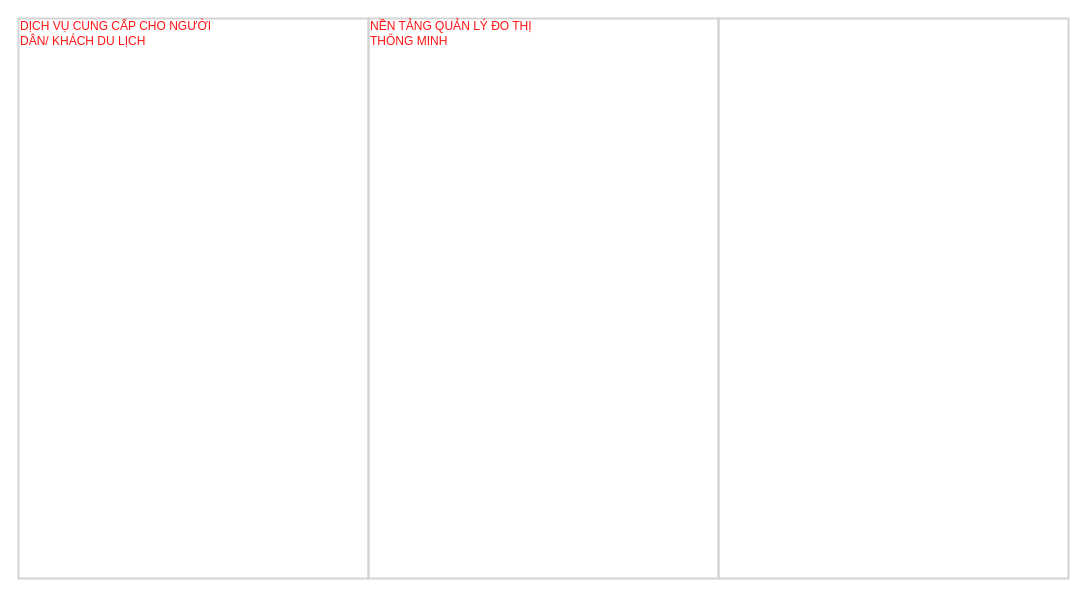
Earlier version of the draw.io diagram so-do-draw/so_do_tong_quat_smart_city.drawio (letheanh12345/Draw-io). Source tidied: cells renumbered, new cells numbered last; positions are measured from the earlier drawing's top-left corner, leaving out a move shared by most shapes. Both pictures are drawn from the tidied source at 100%, with x=0, y=0 at pixel (18, 18). Pictures stored in the file or linked from it are replaced by grey dashed boxes.
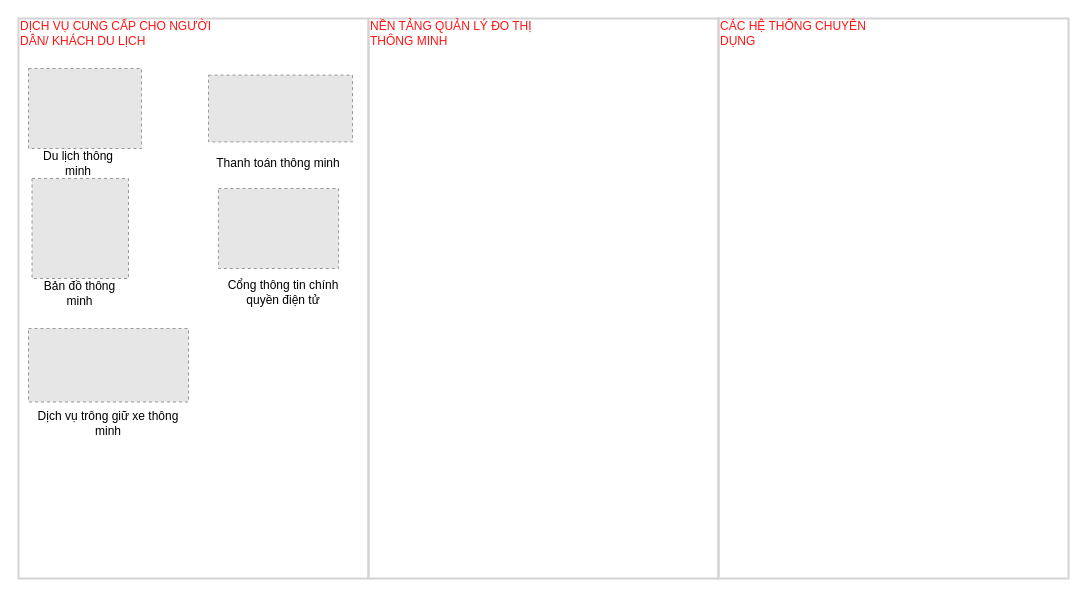
Above is the later version.

Diff of the diagram source:
```diff
@@
 <mxGraphModel>
   <root>
     <mxCell id="0" />
     <mxCell id="1" parent="0" />
     <mxCell id="2" style="rounded=0;whiteSpace=wrap;html=1;fillColor=none;strokeColor=#d3d3d3;strokeWidth=2;" parent="1" vertex="1">
       <mxGeometry width="350" height="560" as="geometry" />
     </mxCell>
     <mxCell id="3" value="&lt;font color=&quot;#ff1414&quot;&gt;DỊCH VỤ CUNG CẤP CHO NGƯỜI DÂN/ KHÁCH DU LỊCH&lt;/font&gt;" style="text;html=1;strokeColor=none;fillColor=none;align=left;verticalAlign=middle;whiteSpace=wrap;rounded=0;" parent="1" vertex="1">
       <mxGeometry width="220" height="30" as="geometry" />
     </mxCell>
     <mxCell id="4" style="rounded=0;whiteSpace=wrap;html=1;fillColor=none;strokeColor=#d3d3d3;strokeWidth=2;" parent="1" vertex="1">
       <mxGeometry x="350" width="350" height="560" as="geometry" />
     </mxCell>
     <mxCell id="5" style="rounded=0;whiteSpace=wrap;html=1;fillColor=none;strokeColor=#d3d3d3;strokeWidth=2;" parent="1" vertex="1">
       <mxGeometry x="700" width="350" height="560" as="geometry" />
     </mxCell>
     <mxCell id="6" value="NỀN TẢNG QUẢN LÝ ĐO THỊ THÔNG MINH" style="text;html=1;strokeColor=none;fillColor=none;align=left;verticalAlign=middle;whiteSpace=wrap;rounded=0;fontColor=#FF1414;" parent="1" vertex="1">
       <mxGeometry x="350" width="180" height="30" as="geometry" />
     </mxCell>
+    <mxCell id="7" value="CÁC HỆ THỐNG CHUYÊN DỤNG" style="text;html=1;strokeColor=none;fillColor=none;align=left;verticalAlign=middle;whiteSpace=wrap;rounded=0;fontColor=#FF1414;" parent="1" vertex="1">
+      <mxGeometry x="700" width="180" height="30" as="geometry" />
+    </mxCell>
+    <mxCell id="8" style="fillColor=#E6E6E6;strokeColor=#999999;dashed=1;verticalLabelPosition=bottom;labelBackgroundColor=default;verticalAlign=top;" parent="1" vertex="1">
+      <mxGeometry x="10" y="310" width="160" height="73.5" as="geometry" />
+    </mxCell>
+    <mxCell id="9" value="Dịch vụ trông giữ xe thông minh" style="text;html=1;strokeColor=none;fillColor=none;align=center;verticalAlign=middle;whiteSpace=wrap;rounded=0;fontColor=#000000;" parent="1" vertex="1">
+      <mxGeometry x="10" y="390" width="160" height="30" as="geometry" />
+    </mxCell>
+    <mxCell id="10" style="fillColor=#E6E6E6;strokeColor=#999999;dashed=1;verticalLabelPosition=bottom;labelBackgroundColor=default;verticalAlign=top;" parent="1" vertex="1">
+      <mxGeometry x="10" y="50" width="113" height="80" as="geometry" />
+    </mxCell>
+    <mxCell id="11" value="Du lịch thông minh" style="text;html=1;strokeColor=none;fillColor=none;align=center;verticalAlign=middle;whiteSpace=wrap;rounded=0;fontColor=#000000;" parent="1" vertex="1">
+      <mxGeometry x="10" y="130" width="100" height="30" as="geometry" />
+    </mxCell>
+    <mxCell id="12" style="fillColor=#E6E6E6;strokeColor=#999999;dashed=1;verticalLabelPosition=bottom;labelBackgroundColor=default;verticalAlign=top;" parent="1" vertex="1">
+      <mxGeometry x="190" y="56.6" width="144" height="66.8" as="geometry" />
+    </mxCell>
+    <mxCell id="13" value="Thanh toán thông minh" style="text;html=1;strokeColor=none;fillColor=none;align=center;verticalAlign=middle;whiteSpace=wrap;rounded=0;fontColor=#000000;" parent="1" vertex="1">
+      <mxGeometry x="190" y="130" width="140" height="30" as="geometry" />
+    </mxCell>
+    <mxCell id="14" style="fillColor=#E6E6E6;strokeColor=#999999;dashed=1;verticalLabelPosition=bottom;labelBackgroundColor=default;verticalAlign=top;" parent="1" vertex="1">
+      <mxGeometry x="13.5" y="160" width="96.5" height="100" as="geometry" />
+    </mxCell>
+    <mxCell id="15" value="Bản đồ thông minh" style="text;html=1;strokeColor=none;fillColor=none;align=center;verticalAlign=middle;whiteSpace=wrap;rounded=0;fontColor=#000000;" parent="1" vertex="1">
+      <mxGeometry x="13" y="260" width="97" height="30" as="geometry" />
+    </mxCell>
+    <mxCell id="16" style="fillColor=#E6E6E6;strokeColor=#999999;dashed=1;verticalLabelPosition=bottom;labelBackgroundColor=default;verticalAlign=top;" parent="1" vertex="1">
+      <mxGeometry x="199.9" y="170" width="120.2" height="80" as="geometry" />
+    </mxCell>
+    <mxCell id="17" value="Cổng thông tin chính quyền điện tử" style="text;html=1;strokeColor=none;fillColor=none;align=center;verticalAlign=middle;whiteSpace=wrap;rounded=0;fontColor=#000000;" parent="1" vertex="1">
+      <mxGeometry x="200" y="259" width="130" height="30" as="geometry" />
+    </mxCell>
   </root>
 </mxGraphModel>
```
